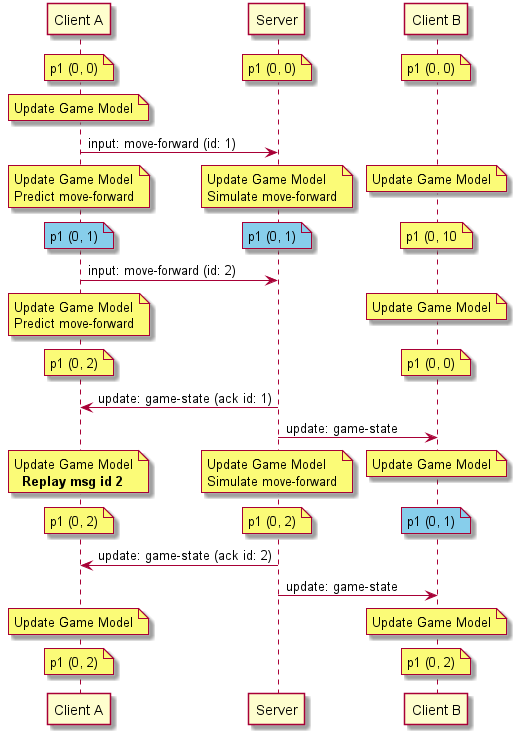
Earlier version of the PlantUML export doc/Multiplayer/images/Entity Interpolation Bad - Sequence.png (ProfPorkins/GameTech). The source it was exported from:
```plantuml
@startuml Entity Interpolation Bad - Sequence

participant "Client A" as ClientA
participant Server
participant "Client B" as ClientB

note over ClientA: p1 (0, 0)
/ note over Server: p1 (0, 0)
/ note over ClientB: p1 (0, 0)

note over ClientA: Update Game Model

ClientA -> Server: input: move-forward (id: 1)
note over ClientA: Update Game Model\nPredict move-forward
/ note over Server: Update Game Model\nSimulate move-forward
/ note over ClientB: Update Game Model

note over ClientA #SkyBlue: p1 (0, 1)
/ note over Server #SkyBlue: p1 (0, 1)
/ note over ClientB: p1 (0, 10

ClientA -> Server: input: move-forward (id: 2)
note over ClientA: Update Game Model\nPredict move-forward
/ note over ClientB: Update Game Model

note over ClientA: p1 (0, 2)
/ note over ClientB: p1 (0, 0)

Server -> ClientA: update: game-state (ack id: 1)
Server -> ClientB: update: game-state

note over ClientA: Update Game Model\n  **Replay msg id 2**
/ note over Server: Update Game Model\nSimulate move-forward
/ note over ClientB: Update Game Model

note over ClientA: p1 (0, 2)
/ note over Server: p1 (0, 2)
/ note over ClientB #SkyBlue: p1 (0, 1)

Server -> ClientA: update: game-state (ack id: 2)
Server -> ClientB: update: game-state

note over ClientA: Update Game Model
/ note over ClientB: Update Game Model
note over ClientA: p1 (0, 2)
/ note over ClientB: p1 (0, 2)

@enduml
```
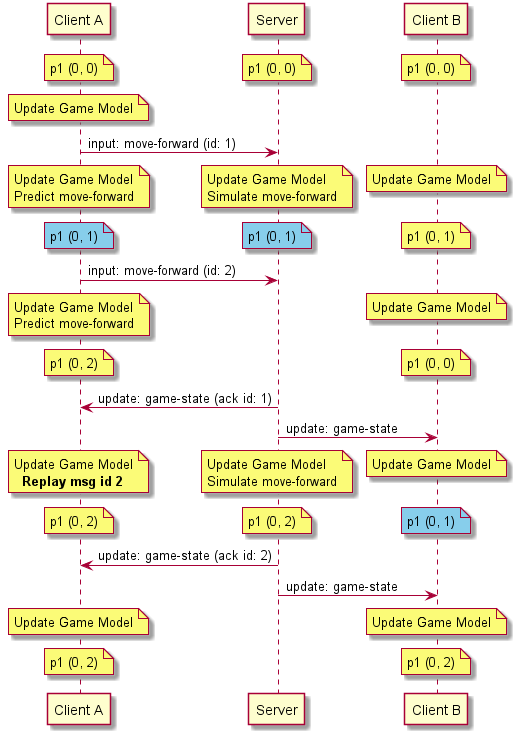
Above is the later version.

Commit message:
(multiplayer) Found a small mistake in the uml.

The edit, as a diff of the source:
```diff
@@ -17,7 +17,7 @@
 
 note over ClientA #SkyBlue: p1 (0, 1)
 / note over Server #SkyBlue: p1 (0, 1)
-/ note over ClientB: p1 (0, 10
+/ note over ClientB: p1 (0, 1)
 
 ClientA -> Server: input: move-forward (id: 2)
 note over ClientA: Update Game Model\nPredict move-forward
```
